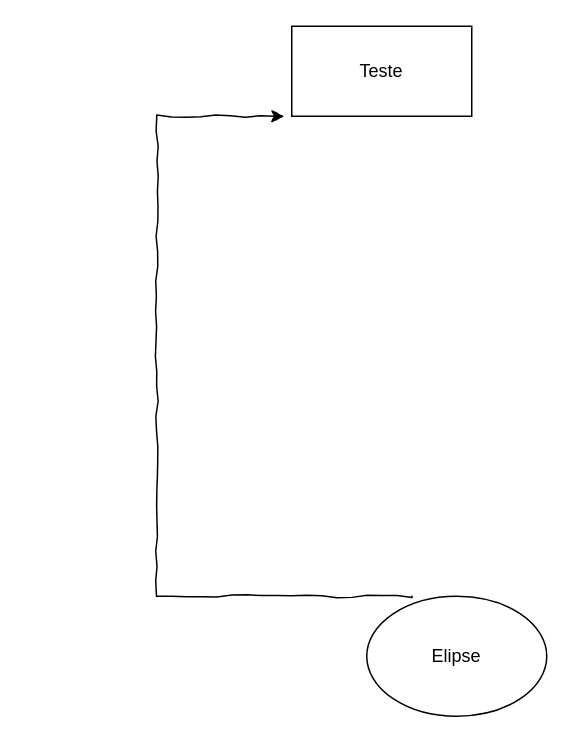
Earlier version of the draw.io diagram AutoDiaTeste.drawio (leandrosly/Auto-Diagram). Source tidied: cells renumbered, new cells numbered last; positions are measured from the earlier drawing's top-left corner, leaving out a move shared by most shapes. Both pictures are drawn from the tidied source at 150%, with x=0, y=0 at pixel (156, 26).
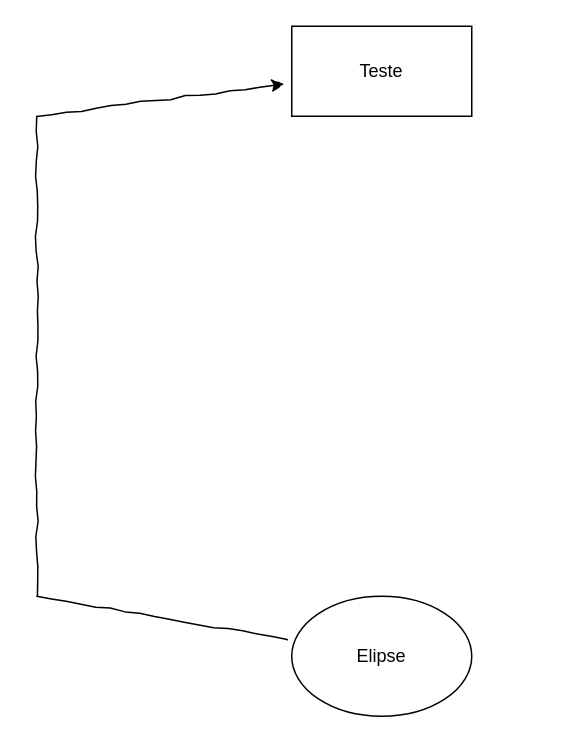
The same diagram, later.

What changed in the source:
```diff
@@
 <mxGraphModel>
   <root>
     <mxCell id="0" />
     <mxCell id="1" parent="0" />
-    <mxCell id="2" style="edgeStyle=orthogonalEdgeStyle;rounded=0;jettySize=auto;html=1;strokeColor=default;curved=0;perimeterSpacing=5;comic=1;jiggle=2;enumerate=0;orthogonal=1;" parent="1" edge="1" source="4" target="3">
+    <mxCell id="2" style="edgeStyle=orthogonalEdgeStyle;rounded=0;jettySize=auto;html=1;strokeColor=default;curved=0;perimeterSpacing=5;comic=1;jiggle=2;enumerate=0;orthogonal=0;" parent="1" edge="1" source="4" target="3">
       <mxGeometry relative="1" as="geometry">
         <Array as="points">
-          <mxPoint y="380" />
-          <mxPoint y="60" />
+          <mxPoint x="-80" y="380" />
+          <mxPoint x="-50" y="60" />
         </Array>
       </mxGeometry>
     </mxCell>
     <mxCell id="3" value="Teste" style="rounded=10;whiteSpace=wrap;html=1;" parent="1" vertex="1">
       <mxGeometry x="90" width="120" height="60" as="geometry" />
     </mxCell>
     <mxCell id="4" value="Elipse" style="ellipse;whiteSpace=wrap;html=1;" parent="1" vertex="1">
-      <mxGeometry x="140" y="380" width="120" height="80" as="geometry" />
+      <mxGeometry x="90" y="380" width="120" height="80" as="geometry" />
     </mxCell>
   </root>
 </mxGraphModel>
```
